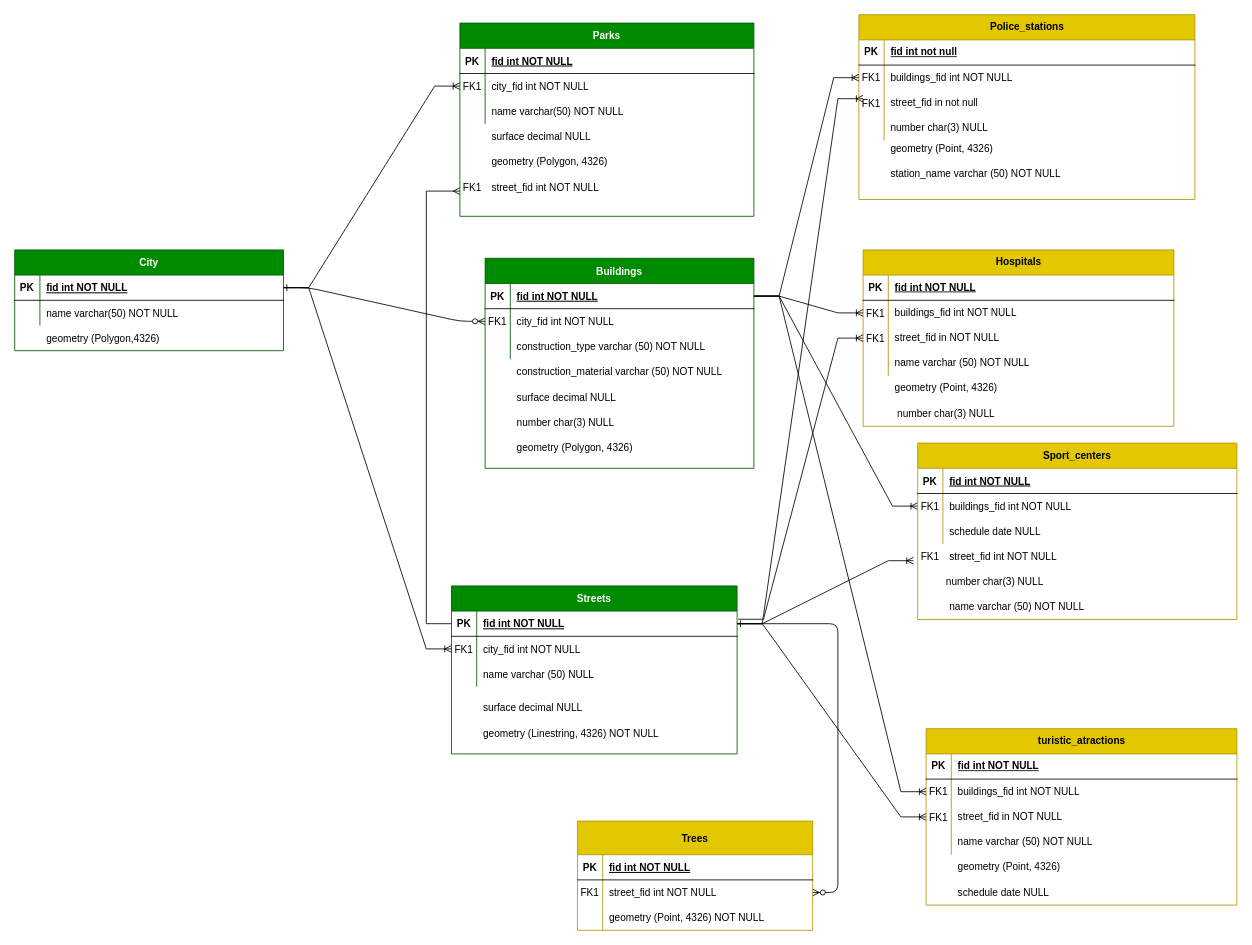
The draw.io diagram Final_project.drawio in MaticA26/final_project_sem2, before the edit. Source tidied: cells renumbered, new cells numbered last; positions are measured from the earlier drawing's top-left corner, leaving out a move shared by most shapes. Both pictures are drawn from the tidied source at 84%, with x=0, y=0 at pixel (14, 14).
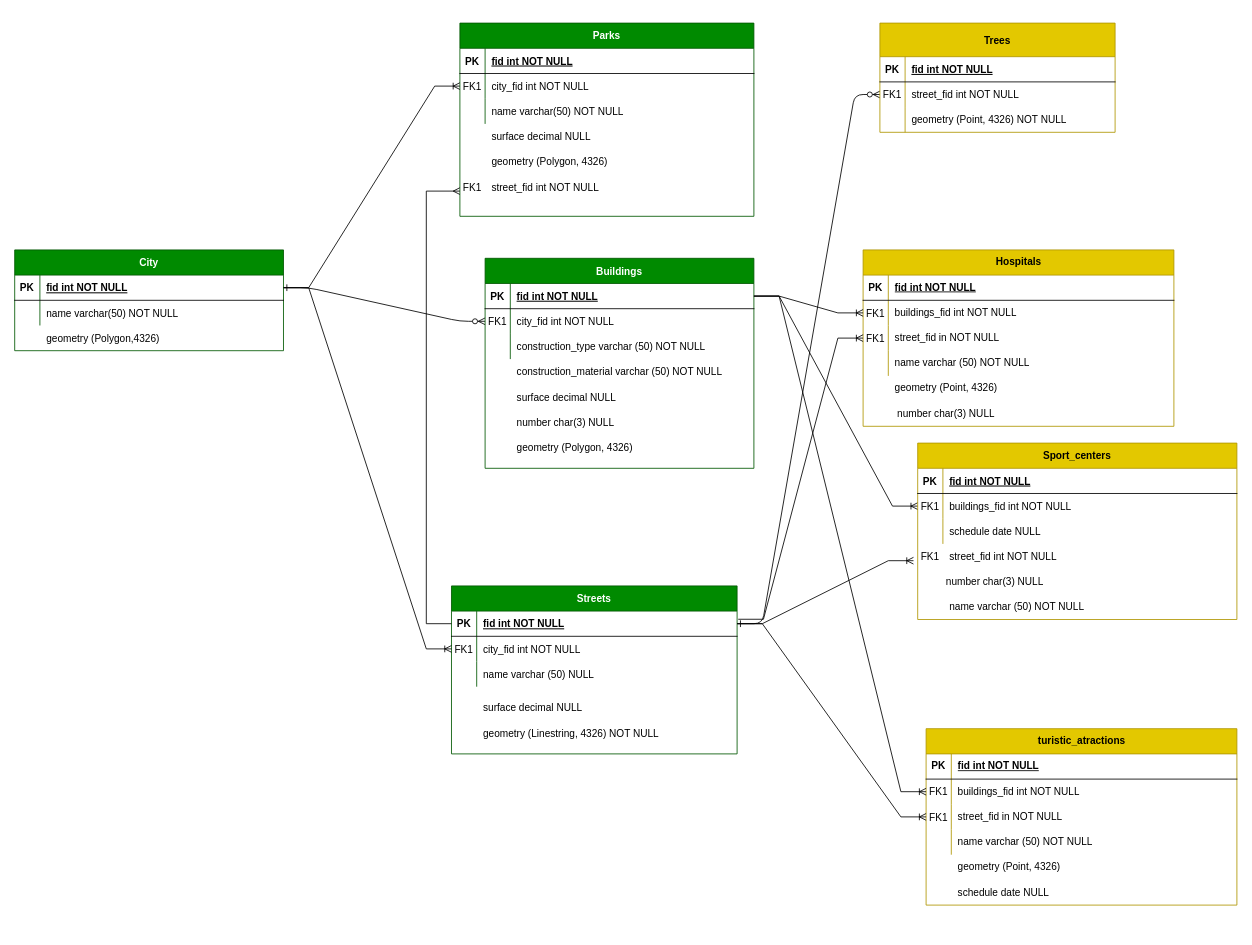
Above is the later version.

The change refers to these unchanged cells:
```xml
<mxCell id="5" style="shape=partialRectangle;fillColor=none;points=[[0,0.5],[1,0.5]];portConstraint=eastwest;top=0;left=0;right=0;bottom=1;" parent="4" vertex="1">
  <mxGeometry y="30" width="320" height="30" as="geometry" />
</mxCell>
<mxCell id="38" style="shape=partialRectangle;fillColor=none;points=[[0,0.5],[1,0.5]];portConstraint=eastwest;top=0;left=0;right=0;bottom=1;" parent="37" vertex="1">
  <mxGeometry y="30" width="340" height="30" as="geometry" />
</mxCell>
```

Change to the diagram source:
```diff
@@
     <mxCell id="14" value="Trees" style="shape=table;startSize=40;childLayout=tableLayout;rowLines=0;fontStyle=1;align=center;fillColor=#e3c800;fontColor=#000000;strokeColor=#B09500;" parent="1" vertex="1">
-      <mxGeometry x="670" y="960" width="280" height="130" as="geometry" />
+      <mxGeometry x="1030" y="10" width="280" height="130" as="geometry" />
     </mxCell>
@@
-    <mxCell id="48" style="edgeStyle=entityRelationEdgeStyle;fontSize=12;html=1;endArrow=ERoneToMany;rounded=0;exitX=1;exitY=0.5;exitDx=0;exitDy=0;" parent="1" edge="1" source="38">
-      <mxGeometry relative="1" as="geometry">
-        <mxPoint x="1010" y="100" as="targetPoint" />
-      </mxGeometry>
-    </mxCell>
@@
-    <mxCell id="80" value="Police_stations" style="shape=table;startSize=30;childLayout=tableLayout;rowLines=0;fontStyle=1;align=center;html=1;fillColor=#e3c800;fontColor=#000000;strokeColor=#B09500;" parent="1" vertex="1">
-      <mxGeometry x="1005" width="400" height="220" as="geometry" />
-    </mxCell>
-    <mxCell id="81" style="shape=tableRow;horizontal=0;startSize=0;swimlaneHead=0;swimlaneBody=0;fillColor=none;top=0;left=0;right=0;bottom=1;" parent="80" vertex="1">
-      <mxGeometry y="30" width="400" height="30" as="geometry" />
-    </mxCell>
-    <mxCell id="82" value="PK" style="shape=partialRectangle;fillColor=none;top=0;left=0;bottom=0;right=0;fontStyle=1;overflow=hidden;whiteSpace=wrap;html=1;" parent="81" vertex="1">
-      <mxGeometry width="30" height="30" as="geometry" />
-    </mxCell>
-    <mxCell id="83" value="fid int not null" style="shape=partialRectangle;fillColor=none;top=0;left=0;bottom=0;right=0;align=left;spacingLeft=6;fontStyle=5;overflow=hidden;whiteSpace=wrap;html=1;" parent="81" vertex="1">
-      <mxGeometry x="30" width="370" height="30" as="geometry" />
-    </mxCell>
-    <mxCell id="84" style="shape=tableRow;horizontal=0;startSize=0;swimlaneHead=0;swimlaneBody=0;fillColor=none;points=[[0,0.5],[1,0.5]];portConstraint=eastwest;top=0;left=0;right=0;bottom=0;" parent="80" vertex="1">
-      <mxGeometry y="60" width="400" height="30" as="geometry" />
-    </mxCell>
-    <mxCell id="85" style="shape=partialRectangle;fillColor=none;top=0;left=0;bottom=0;right=0;overflow=hidden;whiteSpace=wrap;html=1;" parent="84" vertex="1">
-      <mxGeometry width="30" height="30" as="geometry" />
-    </mxCell>
-    <mxCell id="86" value="buildings_fid int NOT NULL" style="shape=partialRectangle;fillColor=none;top=0;left=0;bottom=0;right=0;align=left;spacingLeft=6;overflow=hidden;whiteSpace=wrap;html=1;" parent="84" vertex="1">
-      <mxGeometry x="30" width="370" height="30" as="geometry" />
-    </mxCell>
-    <mxCell id="87" style="shape=tableRow;horizontal=0;startSize=0;swimlaneHead=0;swimlaneBody=0;fillColor=none;top=0;left=0;right=0;bottom=0;" parent="80" vertex="1">
-      <mxGeometry y="90" width="400" height="30" as="geometry" />
-    </mxCell>
-    <mxCell id="88" style="shape=partialRectangle;fillColor=none;top=0;left=0;bottom=0;right=0;overflow=hidden;whiteSpace=wrap;html=1;" parent="87" vertex="1">
-      <mxGeometry width="30" height="30" as="geometry" />
-    </mxCell>
-    <mxCell id="89" value="street_fid in not null" style="shape=partialRectangle;fillColor=none;top=0;left=0;bottom=0;right=0;align=left;spacingLeft=6;overflow=hidden;whiteSpace=wrap;html=1;" parent="87" vertex="1">
-      <mxGeometry x="30" width="370" height="30" as="geometry" />
-    </mxCell>
-    <mxCell id="90" style="shape=tableRow;horizontal=0;startSize=0;swimlaneHead=0;swimlaneBody=0;fillColor=none;top=0;left=0;right=0;bottom=0;" parent="80" vertex="1">
-      <mxGeometry y="120" width="400" height="30" as="geometry" />
-    </mxCell>
-    <mxCell id="91" style="shape=partialRectangle;fillColor=none;top=0;left=0;bottom=0;right=0;overflow=hidden;whiteSpace=wrap;html=1;" parent="90" vertex="1">
-      <mxGeometry width="30" height="30" as="geometry" />
-    </mxCell>
-    <mxCell id="92" value="number char(3) NULL" style="shape=partialRectangle;fillColor=none;top=0;left=0;bottom=0;right=0;align=left;spacingLeft=6;overflow=hidden;whiteSpace=wrap;html=1;" parent="90" vertex="1">
-      <mxGeometry x="30" width="370" height="30" as="geometry" />
-    </mxCell>
-    <mxCell id="93" value="FK1" style="shape=partialRectangle;overflow=hidden;fillColor=none;top=0;left=0;bottom=0;right=0;" parent="1" vertex="1">
-      <mxGeometry x="1005" y="60" width="30" height="30" as="geometry" />
-    </mxCell>
-    <mxCell id="94" value="FK1" style="shape=partialRectangle;overflow=hidden;fillColor=none;top=0;left=0;bottom=0;right=0;" parent="1" vertex="1">
-      <mxGeometry x="1005" y="90" width="30" height="30" as="geometry" />
-    </mxCell>
@@
-    <mxCell id="97" style="edgeStyle=entityRelationEdgeStyle;fontSize=12;html=1;endArrow=ERoneToMany;rounded=0;exitX=1;exitY=0.5;exitDx=0;exitDy=0;" parent="1" edge="1" source="5" target="84">
-      <mxGeometry relative="1" as="geometry" />
-    </mxCell>
@@
-    <mxCell id="138" value="geometry (Point, 4326)" style="shape=partialRectangle;fillColor=none;top=0;left=0;bottom=0;right=0;align=left;spacingLeft=6;overflow=hidden;whiteSpace=wrap;html=1;" parent="1" vertex="1">
-      <mxGeometry x="1035" y="145" width="370" height="30" as="geometry" />
-    </mxCell>
-    <mxCell id="139" value="station_name varchar (50) NOT NULL" style="shape=partialRectangle;fillColor=none;top=0;left=0;bottom=0;right=0;align=left;spacingLeft=6;overflow=hidden;whiteSpace=wrap;html=1;" parent="1" vertex="1">
-      <mxGeometry x="1035" y="175" width="370" height="30" as="geometry" />
-    </mxCell>
```
